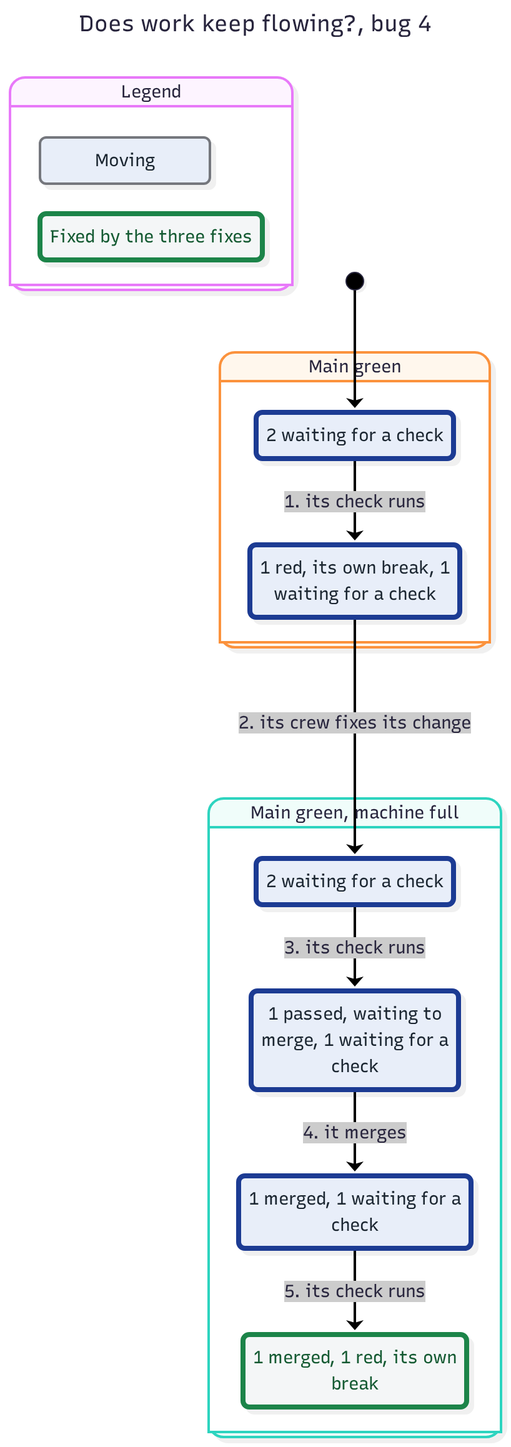
This is features/jmerge/spec/FlowToday-statechart/bug-4.png from JoshuaHayesWasHere/jstack, a Mermaid export, as it was before one commit. Its source is kept beside it as features/jmerge/spec/FlowToday-statechart/bug-4.mmd. The source it was exported from:
```mermaid
---
title: "Does work keep flowing?, bug 4"
config:
  markdownAutoWrap: false
  state:
    useMaxWidth: false
---
stateDiagram-v2
  classDef plainFixed fill:#f4f6f7,stroke:#1e8449,stroke-width:4px,color:#145a32
  classDef group1 fill:#e8eef9,stroke:#74777d,color:#1b2631
  classDef group1Path fill:#e8eef9,stroke:#1f3a93,stroke-width:4px,color:#1b2631
  state "Legend" as legend {
    state "Moving" as legendGroup1
    state "Fixed by the three fixes" as legendFixed
  }
  class legendGroup1 group1
  class legendFixed plainFixed
  state "Main green, machine full" as g0 {
    state "1 merged, 1 red, its own<br/>break" as s0
    state "1 merged, 1 waiting for a<br/>check" as s1
    state "1 passed, waiting to<br/>merge, 1 waiting for a<br/>check" as s2
    state "2 waiting for a check" as s3
  }
  state "Main green" as g1 {
    state "1 red, its own break, 1<br/>waiting for a check" as s4
    state "2 waiting for a check" as s5
  }
  [*] --> s5
  s5 --> s4 : 1. its check runs
  s4 --> s3 : 2. its crew fixes its change
  s3 --> s2 : 3. its check runs
  s2 --> s1 : 4. it merges
  s1 --> s0 : 5. its check runs
  class s0 plainFixed
  class s1 group1Path
  class s2 group1Path
  class s3 group1Path
  class s4 group1Path
  class s5 group1Path
```
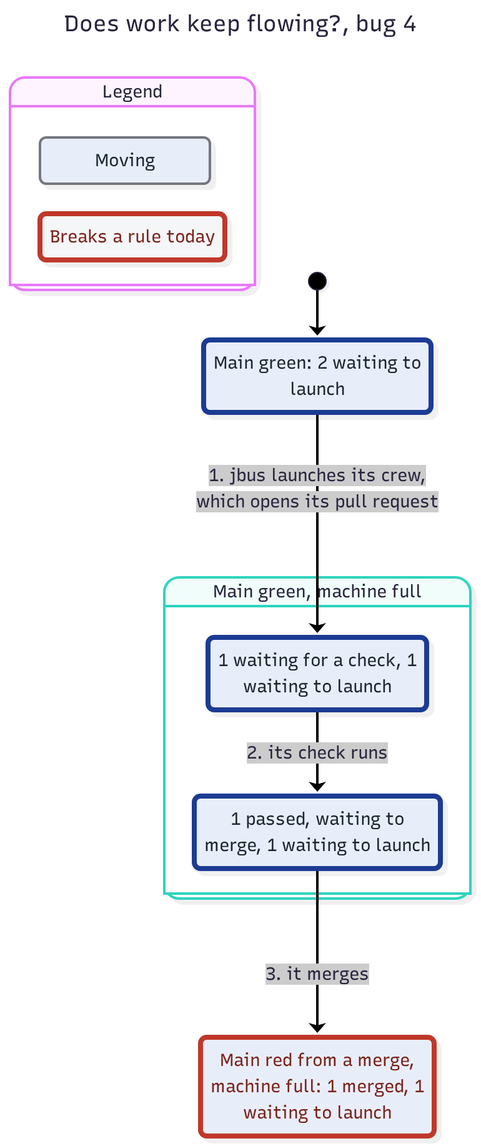
After the change.

What changed in the source:
```diff
@@ -6,34 +6,27 @@
     useMaxWidth: false
 ---
 stateDiagram-v2
-  classDef plainFixed fill:#f4f6f7,stroke:#1e8449,stroke-width:4px,color:#145a32
+  classDef plainWrong fill:#f4f6f7,stroke:#c0392b,stroke-width:4px,color:#7b241c
   classDef group1 fill:#e8eef9,stroke:#74777d,color:#1b2631
+  classDef group1Wrong fill:#e8eef9,stroke:#c0392b,stroke-width:4px,color:#7b241c
   classDef group1Path fill:#e8eef9,stroke:#1f3a93,stroke-width:4px,color:#1b2631
   state "Legend" as legend {
     state "Moving" as legendGroup1
-    state "Fixed by the three fixes" as legendFixed
+    state "Breaks a rule today" as legendWrong
   }
   class legendGroup1 group1
-  class legendFixed plainFixed
+  class legendWrong plainWrong
   state "Main green, machine full" as g0 {
-    state "1 merged, 1 red, its own<br/>break" as s0
-    state "1 merged, 1 waiting for a<br/>check" as s1
-    state "1 passed, waiting to<br/>merge, 1 waiting for a<br/>check" as s2
-    state "2 waiting for a check" as s3
+    state "1 passed, waiting to<br/>merge, 1 waiting to launch" as s0
+    state "1 waiting for a check, 1<br/>waiting to launch" as s1
   }
-  state "Main green" as g1 {
-    state "1 red, its own break, 1<br/>waiting for a check" as s4
-    state "2 waiting for a check" as s5
-  }
-  [*] --> s5
-  s5 --> s4 : 1. its check runs
-  s4 --> s3 : 2. its crew fixes its change
-  s3 --> s2 : 3. its check runs
-  s2 --> s1 : 4. it merges
-  s1 --> s0 : 5. its check runs
-  class s0 plainFixed
+  state "Main green: 2 waiting to<br/>launch" as s2
+  state "Main red from a merge,<br/>machine full: 1 merged, 1<br/>waiting to launch" as s3
+  [*] --> s2
+  s2 --> s1 : 1. jbus launches its crew,<br/>which opens its pull request
+  s1 --> s0 : 2. its check runs
+  s0 --> s3 : 3. it merges
+  class s0 group1Path
   class s1 group1Path
   class s2 group1Path
-  class s3 group1Path
-  class s4 group1Path
-  class s5 group1Path
+  class s3 group1Wrong
```
